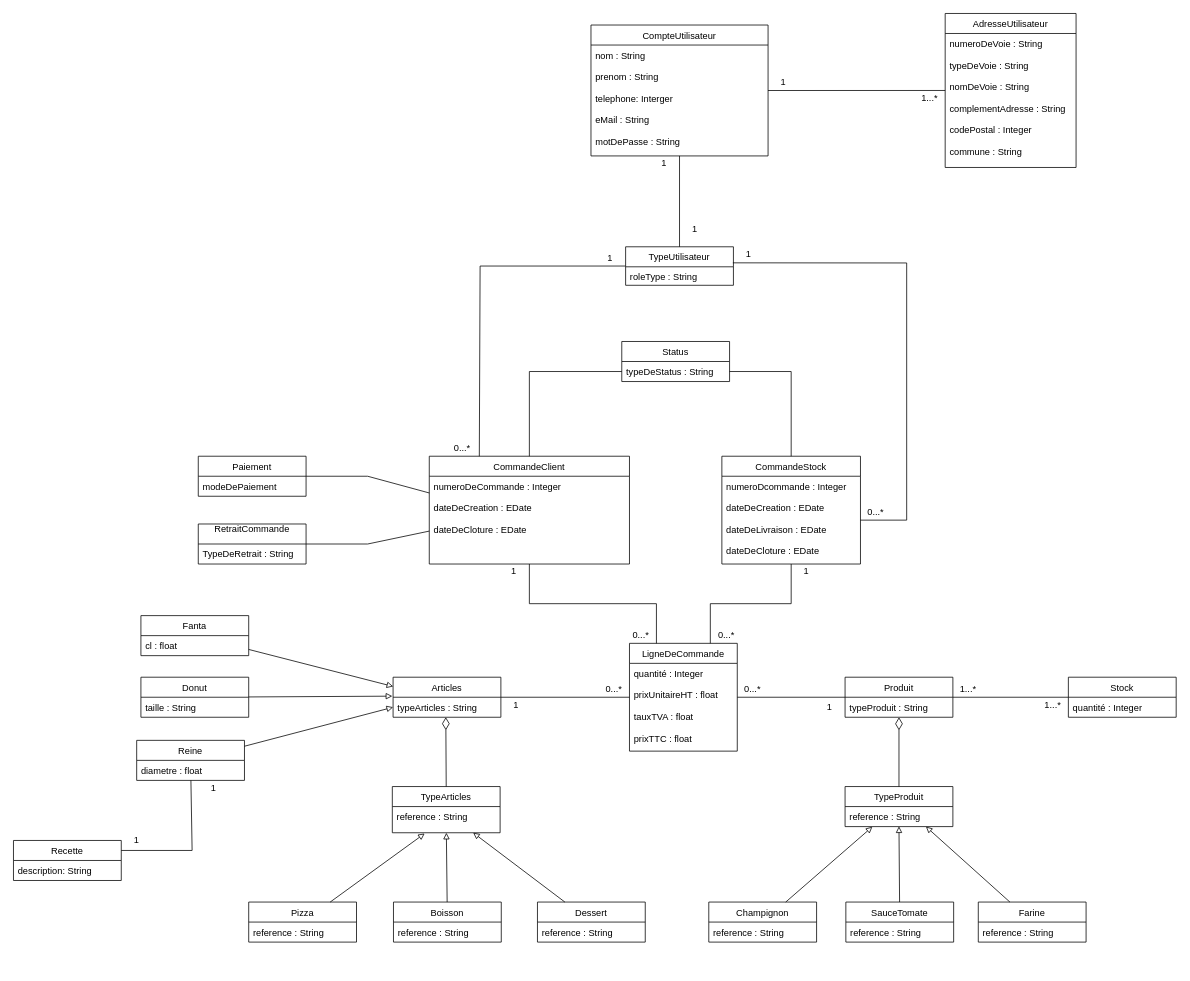
vinsbld/StechOcPizz keeps this draw.io diagram as Untitled Diagram TACHE 5.drawio. Above is the earlier version. Source tidied: cells renumbered, new cells numbered last; positions are measured from the earlier drawing's top-left corner, leaving out a move shared by most shapes. Both pictures are drawn from the tidied source at 77%, with x=0, y=0 at pixel (13, 13).
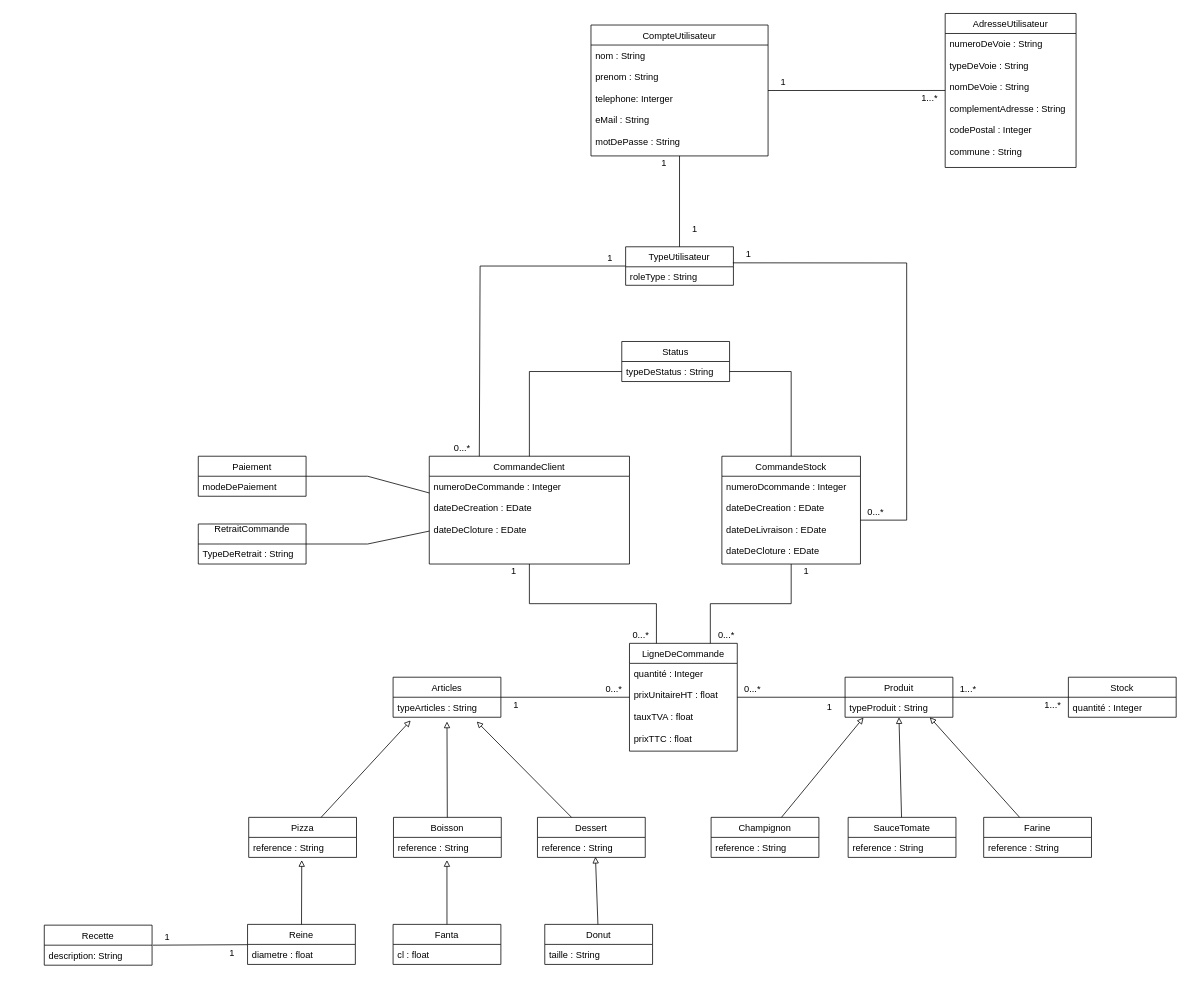
After the change.

Unchanged cells that the change refers to:
```xml
<mxCell id="18" value="Articles" style="swimlane;fontStyle=0;horizontal=1;startSize=26;fillColor=none;" parent="1" vertex="1">
  <mxGeometry x="493" y="862" width="140" height="52" as="geometry" />
</mxCell>
<mxCell id="19" value="typeArticles : String" style="text;strokeColor=none;fillColor=none;align=left;verticalAlign=top;spacingLeft=4;spacingRight=4;overflow=hidden;points=[[0,0.5],[1,0.5]];portConstraint=eastwest;" parent="18" vertex="1">
  <mxGeometry y="26" width="140" height="26" as="geometry" />
</mxCell>
<mxCell id="27" value="Produit" style="swimlane;fontStyle=0;horizontal=1;startSize=26;fillColor=none;" parent="1" vertex="1">
  <mxGeometry x="1080" y="862" width="140" height="52" as="geometry" />
</mxCell>
<mxCell id="28" value="typeProduit : String" style="text;strokeColor=none;fillColor=none;align=left;verticalAlign=top;spacingLeft=4;spacingRight=4;overflow=hidden;points=[[0,0.5],[1,0.5]];portConstraint=eastwest;" parent="27" vertex="1">
  <mxGeometry y="26" width="140" height="26" as="geometry" />
</mxCell>
<mxCell id="65" value="reference : String" style="text;strokeColor=none;fillColor=none;align=left;verticalAlign=top;spacingLeft=4;spacingRight=4;overflow=hidden;points=[[0,0.5],[1,0.5]];portConstraint=eastwest;" parent="64" vertex="1">
  <mxGeometry y="26" width="140" height="26" as="geometry" />
</mxCell>
<mxCell id="68" value="reference : String" style="text;strokeColor=none;fillColor=none;align=left;verticalAlign=top;spacingLeft=4;spacingRight=4;overflow=hidden;points=[[0,0.5],[1,0.5]];portConstraint=eastwest;" parent="67" vertex="1">
  <mxGeometry y="26" width="140" height="26" as="geometry" />
</mxCell>
<mxCell id="71" value="reference : String" style="text;strokeColor=none;fillColor=none;align=left;verticalAlign=top;spacingLeft=4;spacingRight=4;overflow=hidden;points=[[0,0.5],[1,0.5]];portConstraint=eastwest;" parent="70" vertex="1">
  <mxGeometry y="26" width="140" height="26" as="geometry" />
</mxCell>
```

Change to the diagram source:
```diff
@@
-    <mxCell id="20" value="TypeArticles" style="swimlane;fontStyle=0;horizontal=1;startSize=26;fillColor=none;" parent="1" vertex="1">
-      <mxGeometry x="492" y="1004" width="140" height="60" as="geometry" />
-    </mxCell>
-    <mxCell id="21" value="reference : String " style="text;strokeColor=none;fillColor=none;align=left;verticalAlign=top;spacingLeft=4;spacingRight=4;overflow=hidden;points=[[0,0.5],[1,0.5]];portConstraint=eastwest;" parent="20" vertex="1">
-      <mxGeometry y="26" width="140" height="34" as="geometry" />
-    </mxCell>
@@
-    <mxCell id="43" value="TypeProduit" style="swimlane;fontStyle=0;horizontal=1;startSize=26;fillColor=none;" parent="1" vertex="1">
-      <mxGeometry x="1080" y="1004" width="140" height="52" as="geometry" />
-    </mxCell>
-    <mxCell id="44" value="reference : String" style="text;strokeColor=none;fillColor=none;align=left;verticalAlign=top;spacingLeft=4;spacingRight=4;overflow=hidden;points=[[0,0.5],[1,0.5]];portConstraint=eastwest;" parent="43" vertex="1">
-      <mxGeometry y="26" width="140" height="26" as="geometry" />
-    </mxCell>
@@
-    <mxCell id="61" style="endArrow=none;html=1;endSize=12;startArrow=diamondThin;startSize=14;startFill=0;align=left;verticalAlign=bottom;exitX=0.489;exitY=0.995;exitDx=0;exitDy=0;exitPerimeter=0;entryX=0.5;entryY=0;entryDx=0;entryDy=0;endFill=0;" parent="1" edge="1" source="19" target="20">
-      <mxGeometry x="-1" y="3" relative="1" as="geometry" />
-    </mxCell>
-    <mxCell id="62" style="endArrow=none;html=1;endSize=12;startArrow=diamondThin;startSize=14;startFill=0;align=left;verticalAlign=bottom;exitX=0.5;exitY=1;exitDx=0;exitDy=0;endFill=0;" parent="1" edge="1" source="27" target="43">
-      <mxGeometry x="-1" y="3" relative="1" as="geometry" />
-    </mxCell>
-    <mxCell id="63" style="edgeStyle=none;rounded=0;jettySize=auto;html=1;entryX=0.3;entryY=1.029;entryDx=0;entryDy=0;entryPerimeter=0;endArrow=block;endFill=0;" parent="1" edge="1" source="64" target="21">
+    <mxCell id="63" style="edgeStyle=none;rounded=0;jettySize=auto;html=1;endArrow=block;endFill=0;entryX=0.163;entryY=1.159;entryDx=0;entryDy=0;entryPerimeter=0;" parent="1" edge="1" source="64" target="19">
       <mxGeometry relative="1" as="geometry" />
     </mxCell>
     <mxCell id="64" value="Pizza" style="swimlane;fontStyle=0;horizontal=1;startSize=26;fillColor=none;" parent="1" vertex="1">
-      <mxGeometry x="305.5" y="1154" width="140" height="52" as="geometry" />
+      <mxGeometry x="305.5" y="1044" width="140" height="52" as="geometry" />
     </mxCell>
@@
-    <mxCell id="66" style="edgeStyle=none;rounded=0;jettySize=auto;html=1;endArrow=block;endFill=0;" parent="1" edge="1" source="67" target="21">
+    <mxCell id="66" style="edgeStyle=none;rounded=0;jettySize=auto;html=1;endArrow=block;endFill=0;entryX=0.5;entryY=1.214;entryDx=0;entryDy=0;entryPerimeter=0;" parent="1" edge="1" source="67" target="19">
       <mxGeometry relative="1" as="geometry" />
     </mxCell>
     <mxCell id="67" value="Boisson" style="swimlane;fontStyle=0;horizontal=1;startSize=26;fillColor=none;" parent="1" vertex="1">
-      <mxGeometry x="493.5" y="1154" width="140" height="52" as="geometry" />
+      <mxGeometry x="493.5" y="1044" width="140" height="52" as="geometry" />
     </mxCell>
@@
-    <mxCell id="69" style="edgeStyle=none;rounded=0;jettySize=auto;html=1;entryX=0.75;entryY=1;entryDx=0;entryDy=0;endArrow=block;endFill=0;" parent="1" edge="1" source="70" target="20">
+    <mxCell id="69" style="edgeStyle=none;rounded=0;jettySize=auto;html=1;endArrow=block;endFill=0;entryX=0.776;entryY=1.214;entryDx=0;entryDy=0;entryPerimeter=0;" parent="1" edge="1" source="70" target="19">
       <mxGeometry relative="1" as="geometry" />
     </mxCell>
     <mxCell id="70" value="Dessert" style="swimlane;fontStyle=0;horizontal=1;startSize=26;fillColor=none;" parent="1" vertex="1">
-      <mxGeometry x="680.5" y="1154" width="140" height="52" as="geometry" />
+      <mxGeometry x="680.5" y="1044" width="140" height="52" as="geometry" />
     </mxCell>
@@
-    <mxCell id="72" style="edgeStyle=none;rounded=0;jettySize=auto;html=1;entryX=0.253;entryY=1.009;entryDx=0;entryDy=0;entryPerimeter=0;endArrow=block;endFill=0;" parent="1" edge="1" source="73" target="44">
+    <mxCell id="72" style="edgeStyle=none;rounded=0;jettySize=auto;html=1;endArrow=block;endFill=0;entryX=0.171;entryY=1.015;entryDx=0;entryDy=0;entryPerimeter=0;" parent="1" edge="1" source="73" target="28">
       <mxGeometry relative="1" as="geometry" />
     </mxCell>
     <mxCell id="73" value="Champignon" style="swimlane;fontStyle=0;horizontal=1;startSize=26;fillColor=none;" parent="1" vertex="1">
-      <mxGeometry x="903" y="1154" width="140" height="52" as="geometry" />
+      <mxGeometry x="906" y="1044" width="140" height="52" as="geometry" />
     </mxCell>
@@
-    <mxCell id="75" style="edgeStyle=none;rounded=0;jettySize=auto;html=1;endArrow=block;endFill=0;entryX=0.5;entryY=0.987;entryDx=0;entryDy=0;entryPerimeter=0;" parent="1" edge="1" source="76" target="44">
-      <mxGeometry relative="1" as="geometry" />
+    <mxCell id="75" style="edgeStyle=none;rounded=0;jettySize=auto;html=1;endArrow=block;endFill=0;" parent="1" edge="1" source="76">
+      <mxGeometry relative="1" as="geometry">
+        <mxPoint x="1150" y="914" as="targetPoint" />
+      </mxGeometry>
     </mxCell>
     <mxCell id="76" value="SauceTomate" style="swimlane;fontStyle=0;horizontal=1;startSize=26;fillColor=none;" parent="1" vertex="1">
-      <mxGeometry x="1081" y="1154" width="140" height="52" as="geometry" />
+      <mxGeometry x="1084" y="1044" width="140" height="52" as="geometry" />
     </mxCell>
@@
-    <mxCell id="78" style="edgeStyle=none;rounded=0;jettySize=auto;html=1;entryX=0.75;entryY=1;entryDx=0;entryDy=0;endArrow=block;endFill=0;" parent="1" edge="1" source="79" target="43">
+    <mxCell id="78" style="edgeStyle=none;rounded=0;jettySize=auto;html=1;entryX=0.786;entryY=1;entryDx=0;entryDy=0;endArrow=block;endFill=0;entryPerimeter=0;" parent="1" edge="1" source="79" target="28">
       <mxGeometry relative="1" as="geometry" />
     </mxCell>
     <mxCell id="79" value="Farine" style="swimlane;fontStyle=0;horizontal=1;startSize=26;fillColor=none;" parent="1" vertex="1">
-      <mxGeometry x="1253" y="1154" width="140" height="52" as="geometry" />
+      <mxGeometry x="1260" y="1044" width="140" height="52" as="geometry" />
     </mxCell>
@@
-    <mxCell id="81" style="edgeStyle=none;rounded=0;jettySize=auto;html=1;entryX=0;entryY=0.5;entryDx=0;entryDy=0;endArrow=block;endFill=0;" parent="1" edge="1" source="83" target="19">
+    <mxCell id="81" style="edgeStyle=none;rounded=0;jettySize=auto;html=1;entryX=0.492;entryY=1.137;entryDx=0;entryDy=0;endArrow=block;endFill=0;entryPerimeter=0;" parent="1" edge="1" source="83" target="65">
       <mxGeometry relative="1" as="geometry" />
     </mxCell>
-    <mxCell id="82" style="edgeStyle=none;rounded=0;jettySize=auto;html=1;entryX=1;entryY=0.25;entryDx=0;entryDy=0;endArrow=none;endFill=0;" parent="1" edge="1" source="83" target="91">
-      <mxGeometry relative="1" as="geometry">
-        <Array as="points">
-          <mxPoint x="232" y="1087" />
-        </Array>
-      </mxGeometry>
-    </mxCell>
+    <mxCell id="95" style="edgeStyle=none;rounded=0;jettySize=auto;html=1;endArrow=none;endFill=0;" parent="1" edge="1" source="83">
+      <mxGeometry relative="1" as="geometry">
+        <mxPoint x="181" y="1210" as="targetPoint" />
+      </mxGeometry>
+    </mxCell>
     <mxCell id="83" value="Reine" style="swimlane;fontStyle=0;horizontal=1;startSize=26;fillColor=none;" parent="1" vertex="1">
-      <mxGeometry x="160" y="944" width="140" height="52" as="geometry" />
+      <mxGeometry x="304" y="1183" width="140" height="52" as="geometry" />
     </mxCell>
@@
-    <mxCell id="85" style="edgeStyle=none;rounded=0;jettySize=auto;html=1;entryX=0.001;entryY=0.231;entryDx=0;entryDy=0;endArrow=block;endFill=0;entryPerimeter=0;" parent="1" edge="1" source="86" target="18">
+    <mxCell id="85" style="edgeStyle=none;rounded=0;jettySize=auto;html=1;entryX=0.496;entryY=1.137;entryDx=0;entryDy=0;endArrow=block;endFill=0;entryPerimeter=0;" parent="1" edge="1" source="86" target="68">
       <mxGeometry relative="1" as="geometry" />
     </mxCell>
     <mxCell id="86" value="Fanta" style="swimlane;fontStyle=0;horizontal=1;startSize=26;fillColor=none;" parent="1" vertex="1">
-      <mxGeometry x="165.5" y="782" width="140" height="52" as="geometry" />
+      <mxGeometry x="493" y="1183" width="140" height="52" as="geometry" />
     </mxCell>
@@
-    <mxCell id="88" style="edgeStyle=none;rounded=0;jettySize=auto;html=1;entryX=-0.007;entryY=-0.054;entryDx=0;entryDy=0;endArrow=block;endFill=0;entryPerimeter=0;" parent="1" edge="1" source="89" target="19">
+    <mxCell id="88" style="edgeStyle=none;rounded=0;jettySize=auto;html=1;entryX=0.538;entryY=0.973;entryDx=0;entryDy=0;endArrow=block;endFill=0;entryPerimeter=0;" parent="1" edge="1" source="89" target="71">
       <mxGeometry relative="1" as="geometry" />
     </mxCell>
     <mxCell id="89" value="Donut" style="swimlane;fontStyle=0;horizontal=1;startSize=26;fillColor=none;" parent="1" vertex="1">
-      <mxGeometry x="165.5" y="862" width="140" height="52" as="geometry" />
+      <mxGeometry x="690" y="1183" width="140" height="52" as="geometry" />
     </mxCell>
@@
     <mxCell id="91" value="Recette" style="swimlane;fontStyle=0;horizontal=1;startSize=26;fillColor=none;" parent="1" vertex="1">
-      <mxGeometry y="1074" width="140" height="52" as="geometry" />
+      <mxGeometry x="40" y="1184" width="140" height="52" as="geometry" />
     </mxCell>
@@
-    <mxCell id="93" value="1" style="text;html=1;strokeColor=none;fillColor=none;align=center;verticalAlign=middle;whiteSpace=wrap;rounded=0;" parent="1" vertex="1">
-      <mxGeometry x="240" y="996" width="40" height="20" as="geometry" />
-    </mxCell>
-    <mxCell id="94" value="1" style="text;html=1;strokeColor=none;fillColor=none;align=center;verticalAlign=middle;whiteSpace=wrap;rounded=0;" parent="1" vertex="1">
-      <mxGeometry x="140" y="1064" width="40" height="20" as="geometry" />
-    </mxCell>
+    <mxCell id="96" value="1" style="text;html=1;strokeColor=none;fillColor=none;align=center;verticalAlign=middle;whiteSpace=wrap;rounded=0;" parent="1" vertex="1">
+      <mxGeometry x="180" y="1190" width="40" height="20" as="geometry" />
+    </mxCell>
+    <mxCell id="97" value="1" style="text;html=1;strokeColor=none;fillColor=none;align=center;verticalAlign=middle;whiteSpace=wrap;rounded=0;" parent="1" vertex="1">
+      <mxGeometry x="264" y="1210" width="40" height="20" as="geometry" />
+    </mxCell>
```
